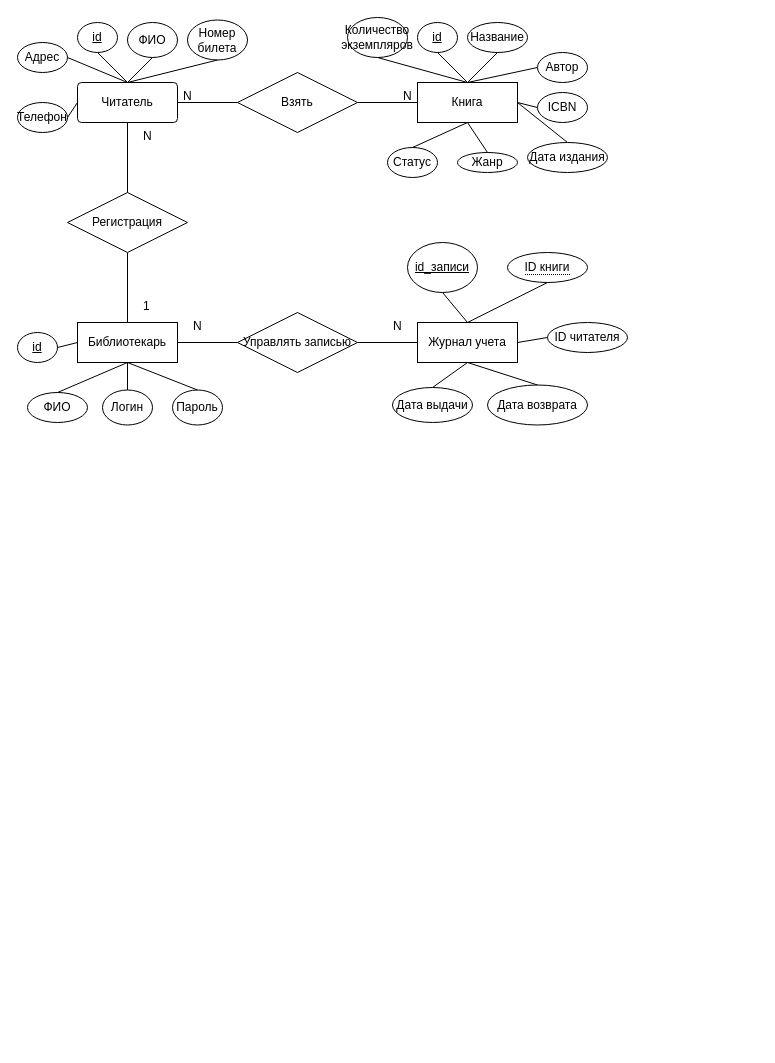
Before: Untitled Diagram.drawio in voypoka/ER_Models, a draw.io diagram. Source tidied: cells renumbered, new cells numbered last; positions are measured from the earlier drawing's top-left corner, leaving out a move shared by most shapes. Both pictures are drawn from the tidied source at 100%, with x=0, y=0 at pixel (17, 17).
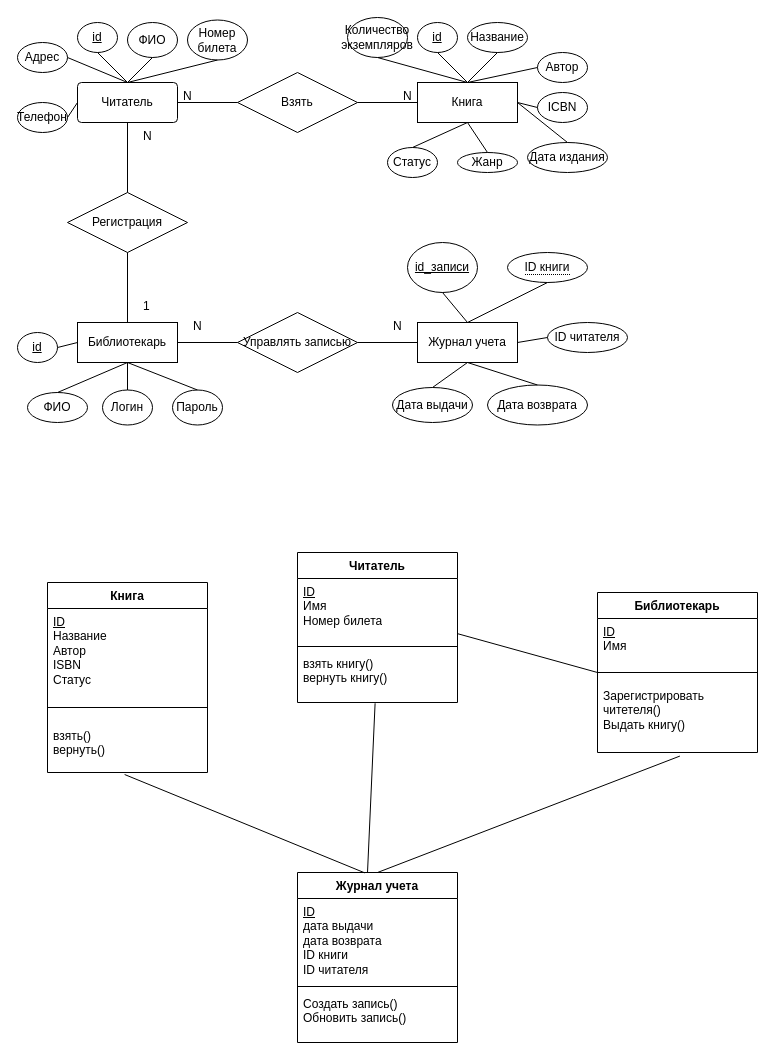
The same diagram, later.

Commit message:
add uml case diagram

What changed in the source:
```diff
@@
+    <mxCell id="65" value="Книга" style="swimlane;fontStyle=1;align=center;verticalAlign=top;horizontal=1;startSize=26;whiteSpace=wrap;html=1;" parent="1" vertex="1">
+      <mxGeometry x="30" y="565" width="160" height="190" as="geometry" />
+    </mxCell>
+    <mxCell id="66" value="&lt;u&gt;ID&lt;/u&gt;&lt;div&gt;Название&lt;/div&gt;&lt;div&gt;Автор&lt;/div&gt;&lt;div&gt;ISBN&lt;/div&gt;&lt;div&gt;Статус&lt;/div&gt;" style="text;strokeColor=none;fillColor=none;align=left;verticalAlign=top;spacingLeft=4;spacingRight=4;overflow=hidden;whiteSpace=wrap;html=1;" parent="65" vertex="1">
+      <mxGeometry y="26" width="160" height="84" as="geometry" />
+    </mxCell>
+    <mxCell id="67" style="line;strokeWidth=1;fillColor=none;align=left;verticalAlign=middle;spacingTop=-1;spacingLeft=3;spacingRight=3;labelPosition=right;strokeColor=inherit;" parent="65" vertex="1">
+      <mxGeometry y="110" width="160" height="30" as="geometry" />
+    </mxCell>
+    <mxCell id="68" value="взять()&lt;div&gt;вернуть()&lt;/div&gt;" style="text;strokeColor=none;fillColor=none;align=left;verticalAlign=top;spacingLeft=4;spacingRight=4;overflow=hidden;points=[[0,0.5],[1,0.5]];portConstraint=eastwest;whiteSpace=wrap;html=1;" parent="65" vertex="1">
+      <mxGeometry y="140" width="160" height="50" as="geometry" />
+    </mxCell>
+    <mxCell id="69" value="Читатель" style="swimlane;fontStyle=1;align=center;verticalAlign=top;horizontal=1;startSize=26;whiteSpace=wrap;html=1;" parent="1" vertex="1">
+      <mxGeometry x="280" y="535" width="160" height="150" as="geometry" />
+    </mxCell>
+    <mxCell id="70" value="&lt;u&gt;ID&lt;/u&gt;&lt;div&gt;Имя&lt;/div&gt;&lt;div&gt;Номер билета&lt;/div&gt;" style="text;strokeColor=none;fillColor=none;align=left;verticalAlign=top;spacingLeft=4;spacingRight=4;overflow=hidden;points=[[0,0.5],[1,0.5]];portConstraint=eastwest;whiteSpace=wrap;html=1;" parent="69" vertex="1">
+      <mxGeometry y="26" width="160" height="64" as="geometry" />
+    </mxCell>
+    <mxCell id="71" style="line;strokeWidth=1;fillColor=none;align=left;verticalAlign=middle;spacingTop=-1;spacingLeft=3;spacingRight=3;labelPosition=right;strokeColor=inherit;" parent="69" vertex="1">
+      <mxGeometry y="90" width="160" height="8" as="geometry" />
+    </mxCell>
+    <mxCell id="72" value="взять книгу()&lt;div&gt;вернуть книгу()&lt;/div&gt;" style="text;strokeColor=none;fillColor=none;align=left;verticalAlign=top;spacingLeft=4;spacingRight=4;overflow=hidden;points=[[0,0.5],[1,0.5]];portConstraint=eastwest;whiteSpace=wrap;html=1;" parent="69" vertex="1">
+      <mxGeometry y="98" width="160" height="52" as="geometry" />
+    </mxCell>
+    <mxCell id="73" value="Библиотекарь" style="swimlane;fontStyle=1;align=center;verticalAlign=top;horizontal=1;startSize=26;whiteSpace=wrap;html=1;" parent="1" vertex="1">
+      <mxGeometry x="580" y="575" width="160" height="160" as="geometry" />
+    </mxCell>
+    <mxCell id="74" value="&lt;u&gt;ID&lt;/u&gt;&lt;div&gt;Имя&lt;/div&gt;" style="text;strokeColor=none;fillColor=none;align=left;verticalAlign=top;spacingLeft=4;spacingRight=4;overflow=hidden;whiteSpace=wrap;html=1;" parent="73" vertex="1">
+      <mxGeometry y="26" width="160" height="44" as="geometry" />
+    </mxCell>
+    <mxCell id="75" style="line;strokeWidth=1;fillColor=none;align=left;verticalAlign=middle;spacingTop=-1;spacingLeft=3;spacingRight=3;labelPosition=right;strokeColor=inherit;" parent="73" vertex="1">
+      <mxGeometry y="70" width="160" height="20" as="geometry" />
+    </mxCell>
+    <mxCell id="76" value="Зарегистрировать читетеля()&lt;div&gt;Выдать книгу()&lt;/div&gt;" style="text;strokeColor=none;fillColor=none;align=left;verticalAlign=top;spacingLeft=4;spacingRight=4;overflow=hidden;points=[[0,0.5],[1,0.5]];portConstraint=eastwest;whiteSpace=wrap;html=1;" parent="73" vertex="1">
+      <mxGeometry y="90" width="160" height="70" as="geometry" />
+    </mxCell>
+    <mxCell id="77" value="Журнал учета" style="swimlane;fontStyle=1;align=center;verticalAlign=top;horizontal=1;startSize=26;whiteSpace=wrap;html=1;" parent="1" vertex="1">
+      <mxGeometry x="280" y="855" width="160" height="170" as="geometry" />
+    </mxCell>
+    <mxCell id="78" value="&lt;u&gt;ID&lt;/u&gt;&lt;div&gt;дата выдачи&lt;/div&gt;&lt;div&gt;дата возврата&lt;/div&gt;&lt;div&gt;ID книги&lt;/div&gt;&lt;div&gt;ID читателя&lt;/div&gt;" style="text;strokeColor=none;fillColor=none;align=left;verticalAlign=top;spacingLeft=4;spacingRight=4;overflow=hidden;whiteSpace=wrap;html=1;" parent="77" vertex="1">
+      <mxGeometry y="26" width="160" height="84" as="geometry" />
+    </mxCell>
+    <mxCell id="79" style="line;strokeWidth=1;fillColor=none;align=left;verticalAlign=middle;spacingTop=-1;spacingLeft=3;spacingRight=3;labelPosition=right;strokeColor=inherit;" parent="77" vertex="1">
+      <mxGeometry y="110" width="160" height="8" as="geometry" />
+    </mxCell>
+    <mxCell id="80" value="Создать запись()&lt;div&gt;Обновить запись()&lt;/div&gt;" style="text;strokeColor=none;fillColor=none;align=left;verticalAlign=top;spacingLeft=4;spacingRight=4;overflow=hidden;whiteSpace=wrap;html=1;" parent="77" vertex="1">
+      <mxGeometry y="118" width="160" height="52" as="geometry" />
+    </mxCell>
+    <mxCell id="81" style="endArrow=none;html=1;rounded=0;entryX=0.482;entryY=1.04;entryDx=0;entryDy=0;exitX=0.42;exitY=0.002;exitDx=0;exitDy=0;exitPerimeter=0;entryPerimeter=0;" parent="1" edge="1" source="77" target="68">
+      <mxGeometry relative="1" as="geometry" />
+    </mxCell>
+    <mxCell id="82" style="endArrow=none;html=1;rounded=0;entryX=0.485;entryY=1.015;entryDx=0;entryDy=0;entryPerimeter=0;" parent="1" edge="1" target="72">
+      <mxGeometry relative="1" as="geometry">
+        <mxPoint x="350" y="855" as="sourcePoint" />
+      </mxGeometry>
+    </mxCell>
+    <mxCell id="83" style="endArrow=none;html=1;rounded=0;entryX=0;entryY=0.5;entryDx=0;entryDy=0;exitX=1;exitY=0.862;exitDx=0;exitDy=0;exitPerimeter=0;" parent="1" edge="1" source="70" target="73">
+      <mxGeometry relative="1" as="geometry" />
+    </mxCell>
+    <mxCell id="84" style="endArrow=none;html=1;rounded=0;entryX=0.515;entryY=1.051;entryDx=0;entryDy=0;entryPerimeter=0;exitX=0.5;exitY=0;exitDx=0;exitDy=0;" parent="1" edge="1" source="77" target="76">
+      <mxGeometry relative="1" as="geometry" />
+    </mxCell>
```
